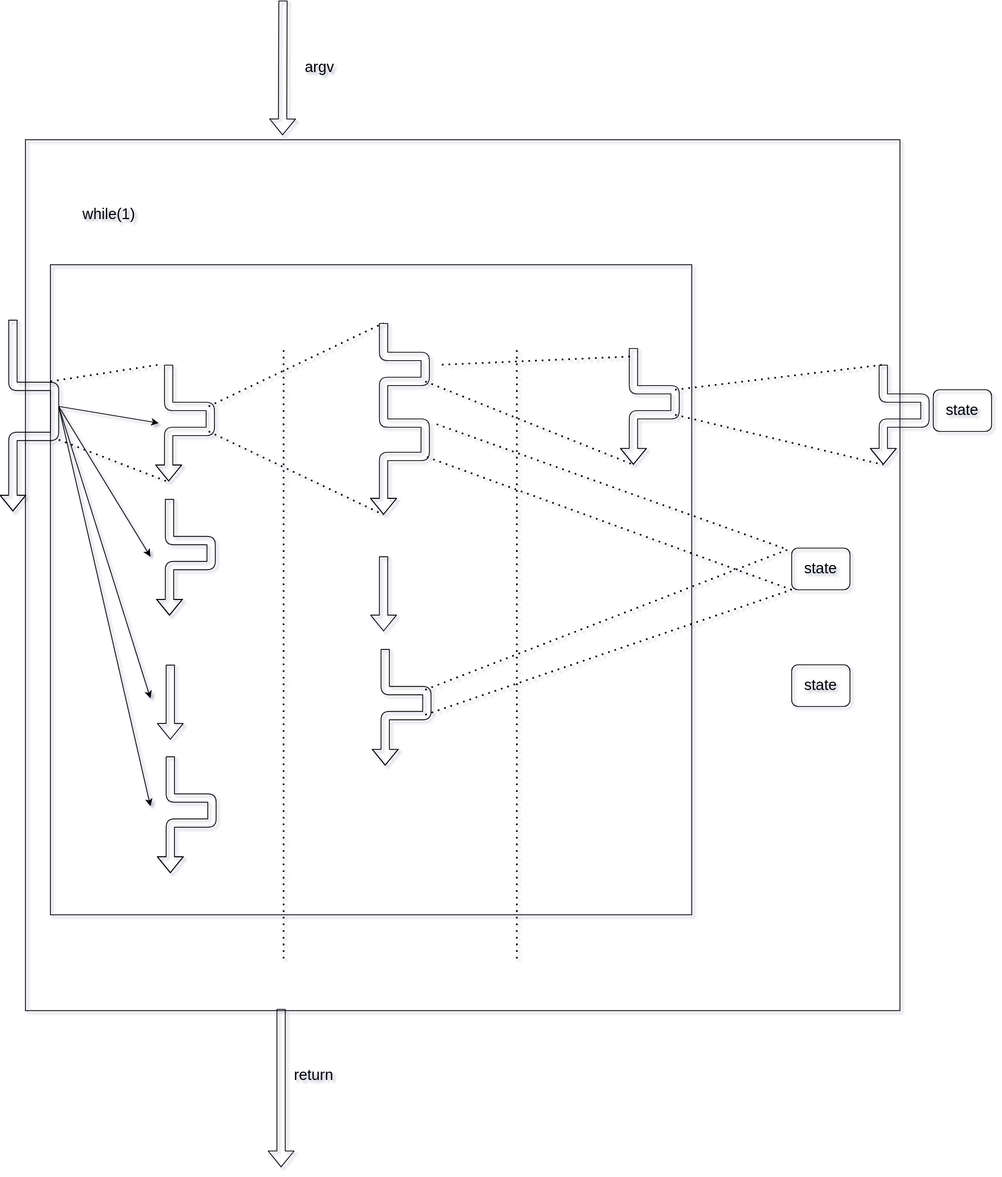
The draw.io diagram src/design/structure.dio.svg in dingiv/dingiv.github.io, before a commit. Source tidied: cells renumbered, new cells last; positions are measured from the earlier drawing's top-left corner, leaving out a move shared by most shapes.
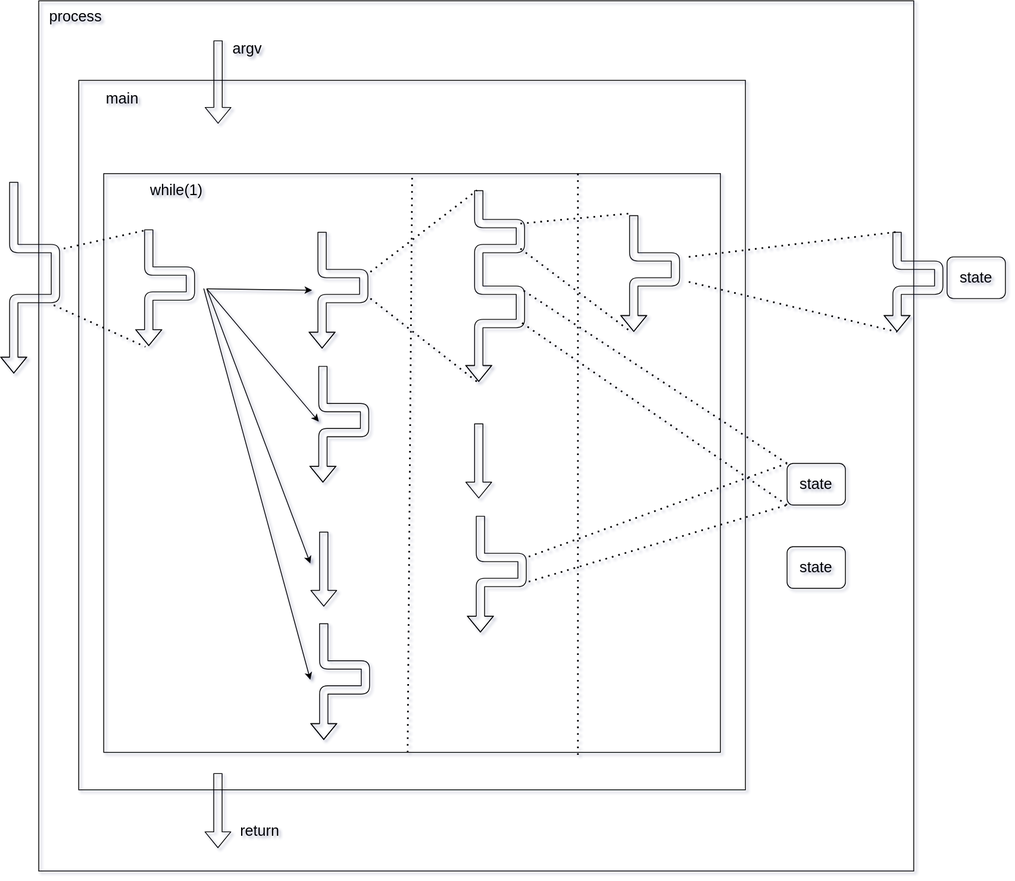
The same diagram one commit later.

Diff of the diagram source:
```diff
@@ -3,255 +3,274 @@
     <mxCell id="0" />
     <mxCell id="1" parent="0" />
     <mxCell id="2" style="rounded=0;whiteSpace=wrap;html=1;fillColor=none;" parent="1" vertex="1">
-      <mxGeometry x="15" y="167" width="1050" height="1045" as="geometry" />
+      <mxGeometry x="-83" y="-38.5" width="1050" height="1045" as="geometry" />
     </mxCell>
+    <mxCell id="40" style="rounded=0;whiteSpace=wrap;html=1;fontSize=18;fillColor=none;" parent="1" vertex="1">
+      <mxGeometry x="-35" y="57" width="800" height="852" as="geometry" />
+    </mxCell>
+    <mxCell id="5" style="rounded=0;whiteSpace=wrap;html=1;fontSize=18;fillColor=none;" parent="1" vertex="1">
+      <mxGeometry x="-5" y="169" width="740" height="695" as="geometry" />
+    </mxCell>
     <mxCell id="3" style="shape=flexArrow;endArrow=classic;html=1;entryX=0.31;entryY=-0.008;entryDx=0;entryDy=0;entryPerimeter=0;" parent="1" edge="1">
       <mxGeometry relative="1" as="geometry">
-        <mxPoint x="324.2" as="sourcePoint" />
-        <mxPoint x="323.8" y="161.6" as="targetPoint" />
+        <mxPoint x="132.2" y="9" as="sourcePoint" />
+        <mxPoint x="132.2" y="109" as="targetPoint" />
       </mxGeometry>
     </mxCell>
     <mxCell id="4" style="shape=flexArrow;endArrow=classic;html=1;" parent="1" edge="1">
       <mxGeometry relative="1" as="geometry">
-        <mxPoint x="322" y="1210" as="sourcePoint" />
-        <mxPoint x="322" y="1400" as="targetPoint" />
+        <mxPoint x="132" y="889" as="sourcePoint" />
+        <mxPoint x="132" y="979" as="targetPoint" />
       </mxGeometry>
     </mxCell>
-    <mxCell id="5" style="rounded=0;whiteSpace=wrap;html=1;fontSize=18;fillColor=none;" parent="1" vertex="1">
-      <mxGeometry x="45" y="317" width="770" height="780" as="geometry" />
-    </mxCell>
     <mxCell id="6" value="while(1)" style="text;html=1;align=center;verticalAlign=middle;strokeColor=none;fillColor=none;fontSize=18;" parent="1" vertex="1">
-      <mxGeometry x="70" y="237" width="90" height="40" as="geometry" />
+      <mxGeometry x="37" y="169" width="90" height="40" as="geometry" />
     </mxCell>
     <mxCell id="7" style="shape=flexArrow;endArrow=classic;html=1;fontSize=18;" parent="1" edge="1">
       <mxGeometry relative="1" as="geometry">
-        <mxPoint x="187" y="437" as="sourcePoint" />
-        <mxPoint x="187" y="577" as="targetPoint" />
+        <mxPoint x="257" y="239" as="sourcePoint" />
+        <mxPoint x="257" y="379" as="targetPoint" />
         <Array as="points">
-          <mxPoint x="187" y="487" />
-          <mxPoint x="237" y="487" />
-          <mxPoint x="237" y="517" />
-          <mxPoint x="187" y="517" />
+          <mxPoint x="257" y="289" />
+          <mxPoint x="307" y="289" />
+          <mxPoint x="307" y="319" />
+          <mxPoint x="257" y="319" />
         </Array>
       </mxGeometry>
     </mxCell>
+    <mxCell id="9" style="endArrow=none;dashed=1;html=1;dashPattern=1 3;strokeWidth=2;fontSize=18;entryX=0.286;entryY=0.003;entryDx=0;entryDy=0;entryPerimeter=0;exitX=0.278;exitY=1;exitDx=0;exitDy=0;exitPerimeter=0;" parent="1" edge="1">
+      <mxGeometry relative="1" as="geometry">
+        <mxPoint x="359.7" y="864" as="sourcePoint" />
+        <mxPoint x="365.1" y="171.1" as="targetPoint" />
+      </mxGeometry>
+    </mxCell>
     <mxCell id="8" style="endArrow=none;dashed=1;html=1;dashPattern=1 3;strokeWidth=2;fontSize=18;" parent="1" edge="1">
       <mxGeometry relative="1" as="geometry">
-        <mxPoint x="605" y="1149.5" as="sourcePoint" />
-        <mxPoint x="605" y="414.5" as="targetPoint" />
+        <mxPoint x="564" y="867" as="sourcePoint" />
+        <mxPoint x="564" y="167" as="targetPoint" />
       </mxGeometry>
     </mxCell>
-    <mxCell id="9" style="endArrow=none;dashed=1;html=1;dashPattern=1 3;strokeWidth=2;fontSize=18;" parent="1" edge="1">
-      <mxGeometry relative="1" as="geometry">
-        <mxPoint x="325" y="1149.5" as="sourcePoint" />
-        <mxPoint x="325" y="414.5" as="targetPoint" />
-      </mxGeometry>
-    </mxCell>
     <mxCell id="10" style="shape=flexArrow;endArrow=classic;html=1;fontSize=18;" parent="1" edge="1">
       <mxGeometry relative="1" as="geometry">
-        <mxPoint x="445" y="387" as="sourcePoint" />
-        <mxPoint x="445" y="617" as="targetPoint" />
+        <mxPoint x="445" y="189" as="sourcePoint" />
+        <mxPoint x="445" y="419" as="targetPoint" />
         <Array as="points">
-          <mxPoint x="445" y="427" />
-          <mxPoint x="495" y="427" />
-          <mxPoint x="495" y="457" />
-          <mxPoint x="445" y="457" />
-          <mxPoint x="445" y="507" />
-          <mxPoint x="495" y="507" />
-          <mxPoint x="495" y="547" />
-          <mxPoint x="445" y="547" />
+          <mxPoint x="445" y="229" />
+          <mxPoint x="495" y="229" />
+          <mxPoint x="495" y="259" />
+          <mxPoint x="445" y="259" />
+          <mxPoint x="445" y="309" />
+          <mxPoint x="495" y="309" />
+          <mxPoint x="495" y="349" />
+          <mxPoint x="445" y="349" />
         </Array>
       </mxGeometry>
     </mxCell>
     <mxCell id="11" style="shape=flexArrow;endArrow=classic;html=1;fontSize=18;" parent="1" edge="1">
       <mxGeometry relative="1" as="geometry">
-        <mxPoint x="1045" y="437" as="sourcePoint" />
-        <mxPoint x="1045" y="557" as="targetPoint" />
+        <mxPoint x="947" y="239" as="sourcePoint" />
+        <mxPoint x="947" y="359" as="targetPoint" />
         <Array as="points">
-          <mxPoint x="1045" y="477" />
-          <mxPoint x="1095" y="477" />
-          <mxPoint x="1095" y="507" />
-          <mxPoint x="1045" y="507" />
+          <mxPoint x="947" y="279" />
+          <mxPoint x="997" y="279" />
+          <mxPoint x="997" y="309" />
+          <mxPoint x="947" y="309" />
         </Array>
       </mxGeometry>
     </mxCell>
     <mxCell id="12" style="shape=flexArrow;endArrow=classic;html=1;fontSize=18;" parent="1" edge="1">
       <mxGeometry relative="1" as="geometry">
-        <mxPoint y="383" as="sourcePoint" />
-        <mxPoint y="613" as="targetPoint" />
+        <mxPoint x="-113" y="179" as="sourcePoint" />
+        <mxPoint x="-113" y="409" as="targetPoint" />
         <Array as="points">
-          <mxPoint y="463" />
-          <mxPoint x="50" y="463" />
-          <mxPoint x="50" y="523" />
-          <mxPoint y="523" />
+          <mxPoint x="-113" y="259" />
+          <mxPoint x="-63" y="259" />
+          <mxPoint x="-63" y="319" />
+          <mxPoint x="-113" y="319" />
         </Array>
       </mxGeometry>
     </mxCell>
     <mxCell id="13" style="endArrow=none;dashed=1;html=1;dashPattern=1 3;strokeWidth=2;fontSize=18;" parent="1" edge="1">
       <mxGeometry relative="1" as="geometry">
-        <mxPoint x="235" y="487" as="sourcePoint" />
-        <mxPoint x="445" y="387" as="targetPoint" />
+        <mxPoint x="315" y="287" as="sourcePoint" />
+        <mxPoint x="443" y="189" as="targetPoint" />
       </mxGeometry>
     </mxCell>
     <mxCell id="14" style="endArrow=none;dashed=1;html=1;dashPattern=1 3;strokeWidth=2;fontSize=18;" parent="1" edge="1">
       <mxGeometry relative="1" as="geometry">
-        <mxPoint x="235" y="517" as="sourcePoint" />
-        <mxPoint x="445" y="617" as="targetPoint" />
+        <mxPoint x="315" y="319" as="sourcePoint" />
+        <mxPoint x="443" y="419" as="targetPoint" />
       </mxGeometry>
     </mxCell>
     <mxCell id="15" style="shape=flexArrow;endArrow=classic;html=1;fontSize=18;" parent="1" edge="1">
       <mxGeometry relative="1" as="geometry">
-        <mxPoint x="745" y="417" as="sourcePoint" />
-        <mxPoint x="745" y="557" as="targetPoint" />
+        <mxPoint x="631" y="219" as="sourcePoint" />
+        <mxPoint x="631" y="359" as="targetPoint" />
         <Array as="points">
-          <mxPoint x="745" y="467" />
-          <mxPoint x="795" y="467" />
-          <mxPoint x="795" y="497" />
-          <mxPoint x="745" y="497" />
+          <mxPoint x="631" y="269" />
+          <mxPoint x="681" y="269" />
+          <mxPoint x="681" y="299" />
+          <mxPoint x="631" y="299" />
         </Array>
       </mxGeometry>
     </mxCell>
     <mxCell id="16" style="endArrow=none;dashed=1;html=1;dashPattern=1 3;strokeWidth=2;fontSize=18;" parent="1" edge="1">
       <mxGeometry relative="1" as="geometry">
-        <mxPoint x="495" y="457" as="sourcePoint" />
-        <mxPoint x="745" y="557" as="targetPoint" />
+        <mxPoint x="495" y="259" as="sourcePoint" />
+        <mxPoint x="625" y="357" as="targetPoint" />
       </mxGeometry>
     </mxCell>
     <mxCell id="17" style="endArrow=none;dashed=1;html=1;dashPattern=1 3;strokeWidth=2;fontSize=18;" parent="1" edge="1">
       <mxGeometry relative="1" as="geometry">
-        <mxPoint x="45" y="457" as="sourcePoint" />
-        <mxPoint x="175" y="437" as="targetPoint" />
+        <mxPoint x="-53" y="259" as="sourcePoint" />
+        <mxPoint x="45" y="237" as="targetPoint" />
       </mxGeometry>
     </mxCell>
     <mxCell id="18" style="endArrow=none;dashed=1;html=1;dashPattern=1 3;strokeWidth=2;fontSize=18;" parent="1" edge="1">
       <mxGeometry relative="1" as="geometry">
-        <mxPoint x="55" y="527" as="sourcePoint" />
-        <mxPoint x="185" y="577" as="targetPoint" />
+        <mxPoint x="-65" y="327" as="sourcePoint" />
+        <mxPoint x="45" y="377" as="targetPoint" />
       </mxGeometry>
     </mxCell>
     <mxCell id="19" style="endArrow=none;dashed=1;html=1;dashPattern=1 3;strokeWidth=2;fontSize=18;" parent="1" edge="1">
       <mxGeometry relative="1" as="geometry">
-        <mxPoint x="795" y="467" as="sourcePoint" />
-        <mxPoint x="1045" y="437" as="targetPoint" />
+        <mxPoint x="697" y="269" as="sourcePoint" />
+        <mxPoint x="947" y="239" as="targetPoint" />
       </mxGeometry>
     </mxCell>
     <mxCell id="20" style="endArrow=none;dashed=1;html=1;dashPattern=1 3;strokeWidth=2;fontSize=18;" parent="1" edge="1">
       <mxGeometry relative="1" as="geometry">
-        <mxPoint x="795" y="497" as="sourcePoint" />
-        <mxPoint x="1045" y="557" as="targetPoint" />
+        <mxPoint x="697" y="299" as="sourcePoint" />
+        <mxPoint x="947" y="359" as="targetPoint" />
       </mxGeometry>
     </mxCell>
     <mxCell id="21" style="shape=flexArrow;endArrow=classic;html=1;fontSize=18;" parent="1" edge="1">
       <mxGeometry relative="1" as="geometry">
-        <mxPoint x="445" y="667" as="sourcePoint" />
-        <mxPoint x="445" y="757" as="targetPoint" />
+        <mxPoint x="445" y="469" as="sourcePoint" />
+        <mxPoint x="445" y="559" as="targetPoint" />
       </mxGeometry>
     </mxCell>
     <mxCell id="22" style="shape=flexArrow;endArrow=classic;html=1;fontSize=18;" parent="1" edge="1">
       <mxGeometry relative="1" as="geometry">
-        <mxPoint x="189" y="797" as="sourcePoint" />
-        <mxPoint x="189" y="887" as="targetPoint" />
+        <mxPoint x="259" y="599" as="sourcePoint" />
+        <mxPoint x="259" y="689" as="targetPoint" />
       </mxGeometry>
     </mxCell>
     <mxCell id="23" style="shape=flexArrow;endArrow=classic;html=1;fontSize=18;" parent="1" edge="1">
       <mxGeometry relative="1" as="geometry">
-        <mxPoint x="188" y="598" as="sourcePoint" />
-        <mxPoint x="188" y="738" as="targetPoint" />
+        <mxPoint x="258" y="400" as="sourcePoint" />
+        <mxPoint x="258" y="540" as="targetPoint" />
         <Array as="points">
-          <mxPoint x="188" y="648" />
-          <mxPoint x="238" y="648" />
-          <mxPoint x="238" y="678" />
-          <mxPoint x="188" y="678" />
+          <mxPoint x="258" y="450" />
+          <mxPoint x="308" y="450" />
+          <mxPoint x="308" y="480" />
+          <mxPoint x="258" y="480" />
         </Array>
       </mxGeometry>
     </mxCell>
     <mxCell id="24" style="shape=flexArrow;endArrow=classic;html=1;fontSize=18;" parent="1" edge="1">
       <mxGeometry relative="1" as="geometry">
-        <mxPoint x="189" y="907" as="sourcePoint" />
-        <mxPoint x="189" y="1047" as="targetPoint" />
+        <mxPoint x="259" y="709" as="sourcePoint" />
+        <mxPoint x="259" y="849" as="targetPoint" />
         <Array as="points">
-          <mxPoint x="189" y="957" />
-          <mxPoint x="239" y="957" />
-          <mxPoint x="239" y="987" />
-          <mxPoint x="189" y="987" />
+          <mxPoint x="259" y="759" />
+          <mxPoint x="309" y="759" />
+          <mxPoint x="309" y="789" />
+          <mxPoint x="259" y="789" />
         </Array>
       </mxGeometry>
     </mxCell>
-    <mxCell id="25" style="endArrow=classic;html=1;fontSize=18;" parent="1" edge="1">
+    <mxCell id="25" style="endArrow=classic;html=1;fontSize=18;exitX=0.167;exitY=0.199;exitDx=0;exitDy=0;exitPerimeter=0;" parent="1" edge="1" source="5">
       <mxGeometry relative="1" as="geometry">
-        <mxPoint x="55" y="487" as="sourcePoint" />
-        <mxPoint x="175" y="507" as="targetPoint" />
+        <mxPoint x="245" y="309" as="targetPoint" />
       </mxGeometry>
     </mxCell>
-    <mxCell id="26" style="endArrow=classic;html=1;fontSize=18;entryX=0.156;entryY=0.449;entryDx=0;entryDy=0;entryPerimeter=0;" parent="1" edge="1" target="5">
+    <mxCell id="26" style="endArrow=classic;html=1;fontSize=18;entryX=0.126;entryY=0.481;entryDx=0;entryDy=0;entryPerimeter=0;exitX=0.167;exitY=0.199;exitDx=0;exitDy=0;exitPerimeter=0;" parent="1" edge="1" source="5">
       <mxGeometry relative="1" as="geometry">
-        <mxPoint x="55" y="487" as="sourcePoint" />
+        <mxPoint x="253" y="466.8" as="targetPoint" />
       </mxGeometry>
     </mxCell>
-    <mxCell id="27" style="endArrow=classic;html=1;fontSize=18;entryX=0.156;entryY=0.833;entryDx=0;entryDy=0;entryPerimeter=0;" parent="1" edge="1" target="5">
+    <mxCell id="27" style="endArrow=classic;html=1;fontSize=18;entryX=0.113;entryY=0.845;entryDx=0;entryDy=0;entryPerimeter=0;" parent="1" edge="1">
       <mxGeometry relative="1" as="geometry">
-        <mxPoint x="55" y="487" as="sourcePoint" />
+        <mxPoint x="115" y="307" as="sourcePoint" />
+        <mxPoint x="242.9" y="776.9" as="targetPoint" />
       </mxGeometry>
     </mxCell>
-    <mxCell id="28" style="endArrow=classic;html=1;fontSize=18;entryX=0.156;entryY=0.667;entryDx=0;entryDy=0;entryPerimeter=0;" parent="1" edge="1" target="5">
+    <mxCell id="28" style="endArrow=classic;html=1;fontSize=18;entryX=0.113;entryY=0.681;entryDx=0;entryDy=0;entryPerimeter=0;exitX=0.167;exitY=0.199;exitDx=0;exitDy=0;exitPerimeter=0;" parent="1" edge="1" source="5">
       <mxGeometry relative="1" as="geometry">
-        <mxPoint x="55" y="487" as="sourcePoint" />
+        <mxPoint x="242.9" y="637.2" as="targetPoint" />
       </mxGeometry>
     </mxCell>
     <mxCell id="29" value="argv" style="text;html=1;align=center;verticalAlign=middle;strokeColor=none;fillColor=none;fontSize=18;" parent="1" vertex="1">
-      <mxGeometry x="338.2" y="60" width="60" height="40" as="geometry" />
+      <mxGeometry x="137" y="-1" width="60" height="40" as="geometry" />
     </mxCell>
     <mxCell id="30" value="return" style="text;html=1;align=center;verticalAlign=middle;strokeColor=none;fillColor=none;fontSize=18;" parent="1" vertex="1">
-      <mxGeometry x="326" y="1270" width="70" height="40" as="geometry" />
+      <mxGeometry x="147" y="939" width="70" height="40" as="geometry" />
     </mxCell>
     <mxCell id="31" value="state" style="rounded=1;whiteSpace=wrap;html=1;fontSize=18;fillColor=none;" parent="1" vertex="1">
-      <mxGeometry x="935" y="797" width="70" height="50" as="geometry" />
+      <mxGeometry x="815" y="617" width="70" height="50" as="geometry" />
     </mxCell>
     <mxCell id="32" value="state" style="rounded=1;whiteSpace=wrap;html=1;fontSize=18;fillColor=none;" parent="1" vertex="1">
-      <mxGeometry x="935" y="657" width="70" height="50" as="geometry" />
+      <mxGeometry x="815" y="517" width="70" height="50" as="geometry" />
     </mxCell>
     <mxCell id="33" style="shape=flexArrow;endArrow=classic;html=1;fontSize=18;" parent="1" edge="1">
       <mxGeometry relative="1" as="geometry">
-        <mxPoint x="447" y="778" as="sourcePoint" />
-        <mxPoint x="447" y="918" as="targetPoint" />
+        <mxPoint x="447" y="580" as="sourcePoint" />
+        <mxPoint x="447" y="720" as="targetPoint" />
         <Array as="points">
-          <mxPoint x="447" y="828" />
-          <mxPoint x="497" y="828" />
-          <mxPoint x="497" y="858" />
-          <mxPoint x="447" y="858" />
+          <mxPoint x="447" y="630" />
+          <mxPoint x="497" y="630" />
+          <mxPoint x="497" y="660" />
+          <mxPoint x="447" y="660" />
         </Array>
       </mxGeometry>
     </mxCell>
     <mxCell id="34" style="endArrow=none;dashed=1;html=1;dashPattern=1 3;strokeWidth=2;fontSize=18;" parent="1" edge="1">
       <mxGeometry relative="1" as="geometry">
-        <mxPoint x="515" y="437" as="sourcePoint" />
-        <mxPoint x="745" y="427" as="targetPoint" />
+        <mxPoint x="495" y="229" as="sourcePoint" />
+        <mxPoint x="625" y="217" as="targetPoint" />
       </mxGeometry>
     </mxCell>
     <mxCell id="35" style="endArrow=none;dashed=1;html=1;dashPattern=1 3;strokeWidth=2;fontSize=18;entryX=0;entryY=1;entryDx=0;entryDy=0;" parent="1" edge="1" target="32">
       <mxGeometry relative="1" as="geometry">
-        <mxPoint x="495" y="857" as="sourcePoint" />
+        <mxPoint x="505" y="659" as="sourcePoint" />
       </mxGeometry>
     </mxCell>
-    <mxCell id="36" style="endArrow=none;dashed=1;html=1;dashPattern=1 3;strokeWidth=2;fontSize=18;entryX=0;entryY=0;entryDx=0;entryDy=0;" parent="1" edge="1">
+    <mxCell id="36" style="endArrow=none;dashed=1;html=1;dashPattern=1 3;strokeWidth=2;fontSize=18;entryX=0;entryY=0;entryDx=0;entryDy=0;" parent="1" edge="1" target="32">
       <mxGeometry relative="1" as="geometry">
-        <mxPoint x="495" y="827" as="sourcePoint" />
-        <mxPoint x="935" y="657" as="targetPoint" />
+        <mxPoint x="505" y="629" as="sourcePoint" />
       </mxGeometry>
     </mxCell>
-    <mxCell id="37" style="endArrow=none;dashed=1;html=1;dashPattern=1 3;strokeWidth=2;fontSize=18;" parent="1" edge="1">
+    <mxCell id="37" style="endArrow=none;dashed=1;html=1;dashPattern=1 3;strokeWidth=2;fontSize=18;exitX=0;exitY=0;exitDx=0;exitDy=0;" parent="1" edge="1" source="32">
       <mxGeometry relative="1" as="geometry">
-        <mxPoint x="925" y="657" as="sourcePoint" />
-        <mxPoint x="505" y="507" as="targetPoint" />
+        <mxPoint x="495" y="307" as="targetPoint" />
       </mxGeometry>
     </mxCell>
     <mxCell id="38" style="endArrow=none;dashed=1;html=1;dashPattern=1 3;strokeWidth=2;fontSize=18;exitX=0;exitY=1;exitDx=0;exitDy=0;" parent="1" edge="1" source="32">
       <mxGeometry relative="1" as="geometry">
-        <mxPoint x="495" y="547" as="targetPoint" />
+        <mxPoint x="495" y="347" as="targetPoint" />
       </mxGeometry>
     </mxCell>
     <mxCell id="39" value="state" style="rounded=1;whiteSpace=wrap;html=1;fontSize=18;fillColor=none;" parent="1" vertex="1">
-      <mxGeometry x="1105" y="467" width="70" height="50" as="geometry" />
+      <mxGeometry x="1007" y="269" width="70" height="50" as="geometry" />
     </mxCell>
+    <mxCell id="41" value="main" style="text;html=1;align=center;verticalAlign=middle;strokeColor=none;fillColor=none;fontSize=18;" parent="1" vertex="1">
+      <mxGeometry x="-13" y="59" width="60" height="40" as="geometry" />
+    </mxCell>
+    <mxCell id="42" style="shape=flexArrow;endArrow=classic;html=1;fontSize=18;" parent="1" edge="1">
+      <mxGeometry relative="1" as="geometry">
+        <mxPoint x="49" y="236" as="sourcePoint" />
+        <mxPoint x="49" y="376" as="targetPoint" />
+        <Array as="points">
+          <mxPoint x="49" y="286" />
+          <mxPoint x="99" y="286" />
+          <mxPoint x="99" y="316" />
+          <mxPoint x="49" y="316" />
+        </Array>
+      </mxGeometry>
+    </mxCell>
+    <mxCell id="43" value="process" style="text;html=1;align=center;verticalAlign=middle;strokeColor=none;fillColor=none;fontSize=18;" parent="1" vertex="1">
+      <mxGeometry x="-84" y="-39" width="90" height="40" as="geometry" />
+    </mxCell>
   </root>
 </mxGraphModel>
```
